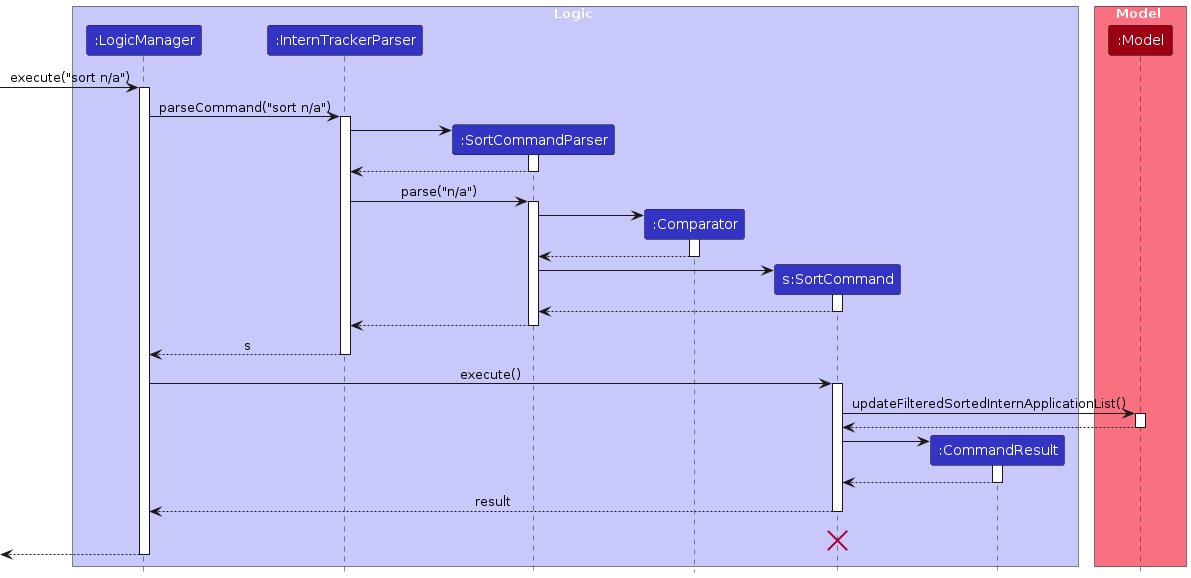
Above: diagrams/SortSequenceDiagram.png in AprupKale/tp (PlantUML), before the change. Its source is kept beside it as diagrams/SortSequenceDiagram.puml. Its diagram source:
```plantuml
@startuml
!include style.puml
skinparam ArrowFontStyle plain

box Logic LOGIC_COLOR_T1
participant ":LogicManager" as LogicManager LOGIC_COLOR
participant ":InternTrackerParser" as InternTrackerParser LOGIC_COLOR
participant ":SortCommandParser" as SortCommandParser LOGIC_COLOR
participant ":Comparator" as Comparator LOGIC_COLOR
participant "s:SortCommand" as SortCommand LOGIC_COLOR
participant ":CommandResult" as CommandResult LOGIC_COLOR
end box

box Model MODEL_COLOR_T1
participant ":Model" as Model MODEL_COLOR
end box
[-> LogicManager : execute("sort n/a")
activate LogicManager

LogicManager -> InternTrackerParser : parseCommand("sort n/a")
activate InternTrackerParser

create SortCommandParser
InternTrackerParser -> SortCommandParser
activate SortCommandParser

SortCommandParser --> InternTrackerParser
deactivate SortCommandParser

InternTrackerParser -> SortCommandParser : parse("n/a")
activate SortCommandParser

create Comparator
SortCommandParser -> Comparator
activate Comparator

Comparator --> SortCommandParser
deactivate Comparator


create SortCommand
SortCommandParser -> SortCommand
activate SortCommand

SortCommand --> SortCommandParser
deactivate SortCommand

SortCommandParser --> InternTrackerParser
deactivate SortCommandParser

InternTrackerParser --> LogicManager : s
deactivate InternTrackerParser

LogicManager -> SortCommand : execute()
activate SortCommand

SortCommand -> Model : updateFilteredSortedInternApplicationList()
activate Model

Model --> SortCommand
deactivate Model

create CommandResult
SortCommand -> CommandResult
activate CommandResult

CommandResult --> SortCommand
deactivate CommandResult

SortCommand --> LogicManager : result
deactivate SortCommand
SortCommand -[hidden]-> LogicManager : result
destroy SortCommand

[<--LogicManager
deactivate LogicManager
@enduml
```
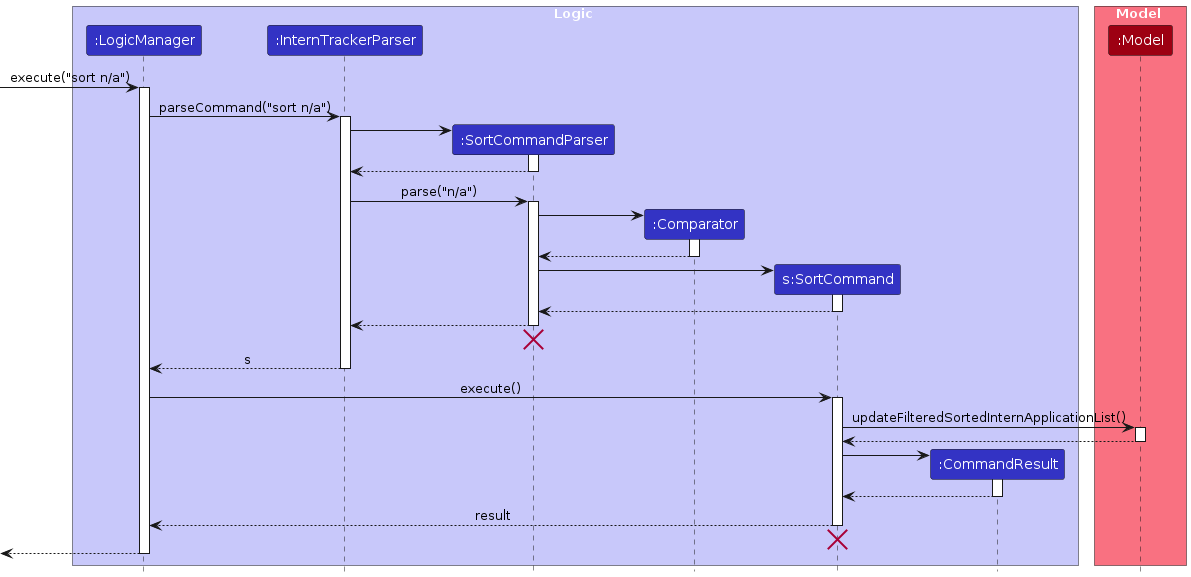
After the change.

The edit, as a diff of the source:
```diff
@@ -47,6 +47,8 @@
 
 SortCommandParser --> InternTrackerParser
 deactivate SortCommandParser
+SortCommandParser -[hidden]-> InternTrackerParser
+destroy SortCommandParser
 
 InternTrackerParser --> LogicManager : s
 deactivate InternTrackerParser
@@ -69,7 +71,7 @@
 
 SortCommand --> LogicManager : result
 deactivate SortCommand
-SortCommand -[hidden]-> LogicManager : result
+SortCommand -[hidden]-> LogicManager
 destroy SortCommand
 
 [<--LogicManager
```
